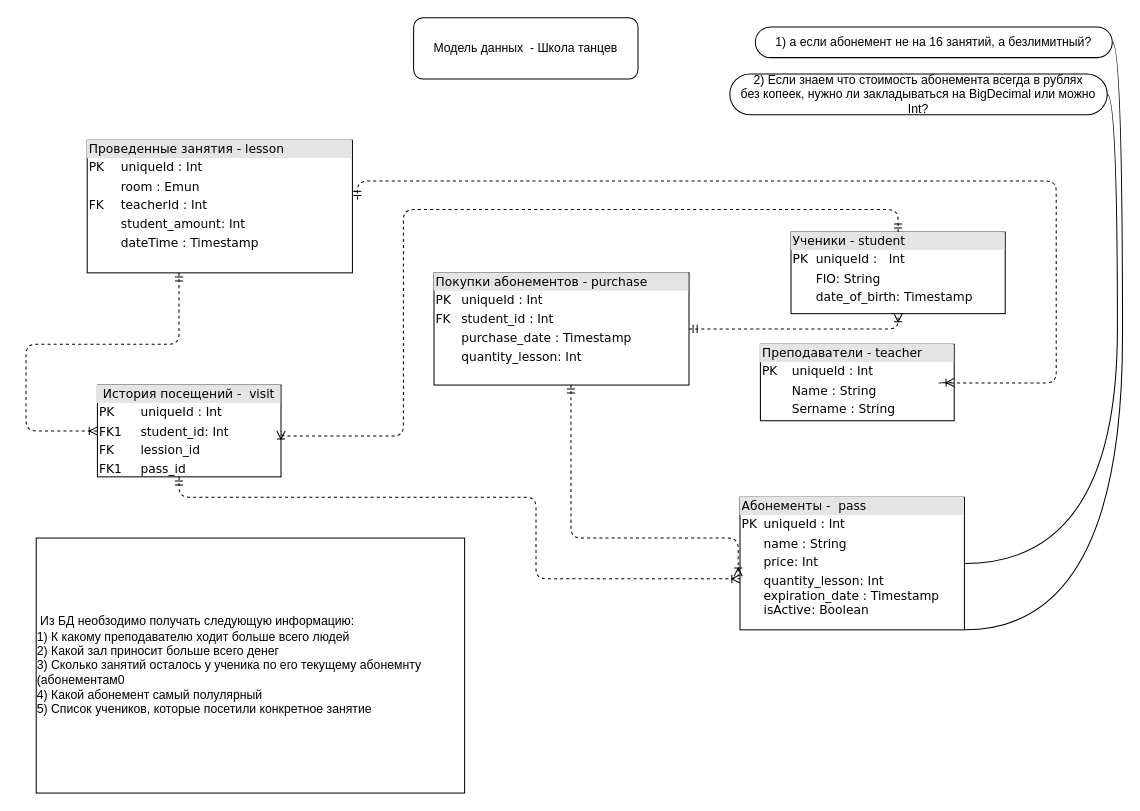
Before: Untitled Diagram.drawio in AlexandraKozhevnikova/level_up_data_base, a draw.io diagram. Source tidied: cells renumbered, new cells numbered last; positions are measured from the earlier drawing's top-left corner, leaving out a move shared by most shapes. Both pictures are drawn from the tidied source at 102%, with x=0, y=0 at pixel (26, 17).
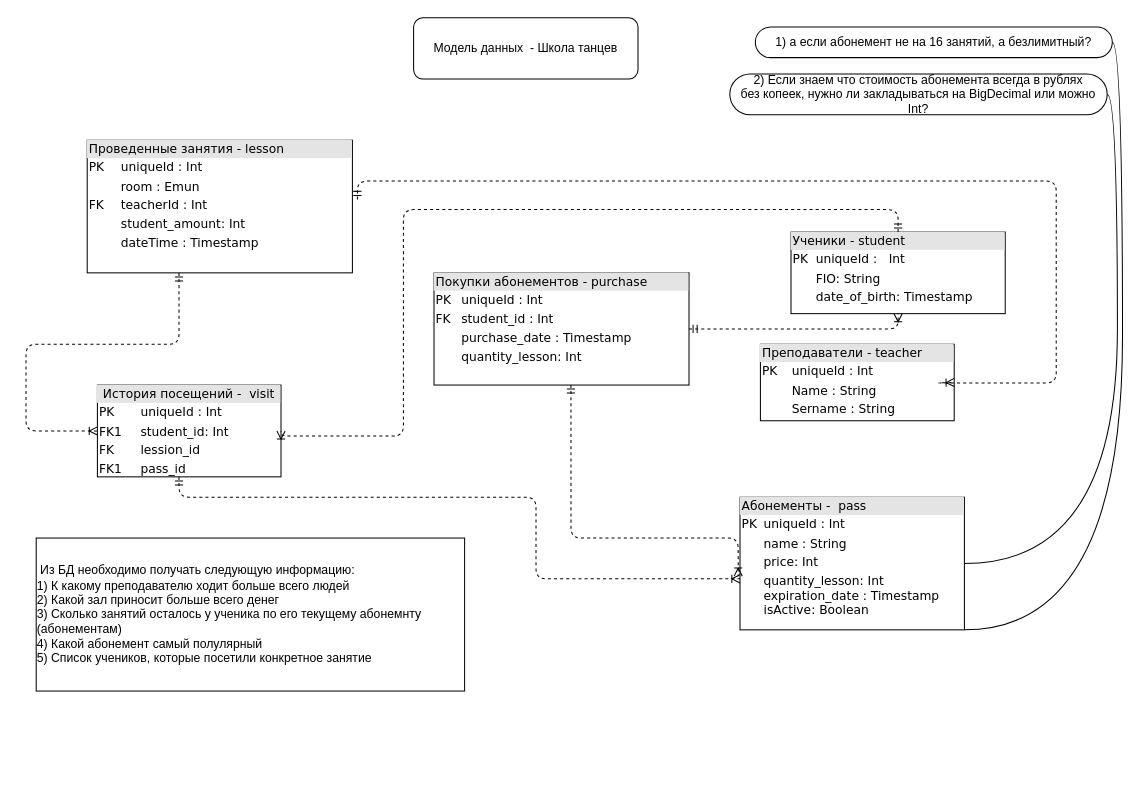
Above is the later version.

The edit, as a diff of the source:
```diff
@@
-    <mxCell id="18" value="&lt;div style=&quot;text-align: left&quot;&gt;&lt;span&gt;&amp;nbsp;Из БД необзодимо получать следующую информацию:&lt;/span&gt;&lt;/div&gt;&lt;div style=&quot;text-align: left&quot;&gt;&lt;span&gt;1) К какому преподавателю ходит больше всего людей&lt;/span&gt;&lt;/div&gt;&lt;div style=&quot;text-align: left&quot;&gt;&lt;span&gt;2) Какой зал приносит больше всего денег&lt;/span&gt;&lt;/div&gt;&lt;div style=&quot;text-align: left&quot;&gt;&lt;span&gt;3) Сколько занятий осталось у ученика по его текущему абонемнту (абонементам0&lt;/span&gt;&lt;/div&gt;&lt;div style=&quot;text-align: left&quot;&gt;&lt;span&gt;4) Какой абонемент самый полулярный&lt;/span&gt;&lt;/div&gt;&lt;div style=&quot;text-align: left&quot;&gt;&lt;span&gt;5) Список учеников, которые посетили конкретное занятие&lt;/span&gt;&lt;/div&gt;" style="rounded=0;whiteSpace=wrap;html=1;" parent="1" vertex="1">
-      <mxGeometry x="10" y="510" width="420" height="250" as="geometry" />
+    <mxCell id="18" value="&lt;div style=&quot;text-align: left&quot;&gt;&lt;span&gt;&amp;nbsp;Из БД необходимо получать следующую информацию:&lt;/span&gt;&lt;/div&gt;&lt;div style=&quot;text-align: left&quot;&gt;&lt;span&gt;1) К какому преподавателю ходит больше всего людей&lt;/span&gt;&lt;/div&gt;&lt;div style=&quot;text-align: left&quot;&gt;&lt;span&gt;2) Какой зал приносит больше всего денег&lt;/span&gt;&lt;/div&gt;&lt;div style=&quot;text-align: left&quot;&gt;&lt;span&gt;3) Сколько занятий осталось у ученика по его текущему абонемнту (абонементам)&lt;/span&gt;&lt;/div&gt;&lt;div style=&quot;text-align: left&quot;&gt;&lt;span&gt;4) Какой абонемент самый полулярный&lt;/span&gt;&lt;/div&gt;&lt;div style=&quot;text-align: left&quot;&gt;&lt;span&gt;5) Список учеников, которые посетили конкретное занятие&lt;/span&gt;&lt;/div&gt;" style="rounded=0;whiteSpace=wrap;html=1;" parent="1" vertex="1">
+      <mxGeometry x="10" y="510" width="420" height="150" as="geometry" />
     </mxCell>
```
